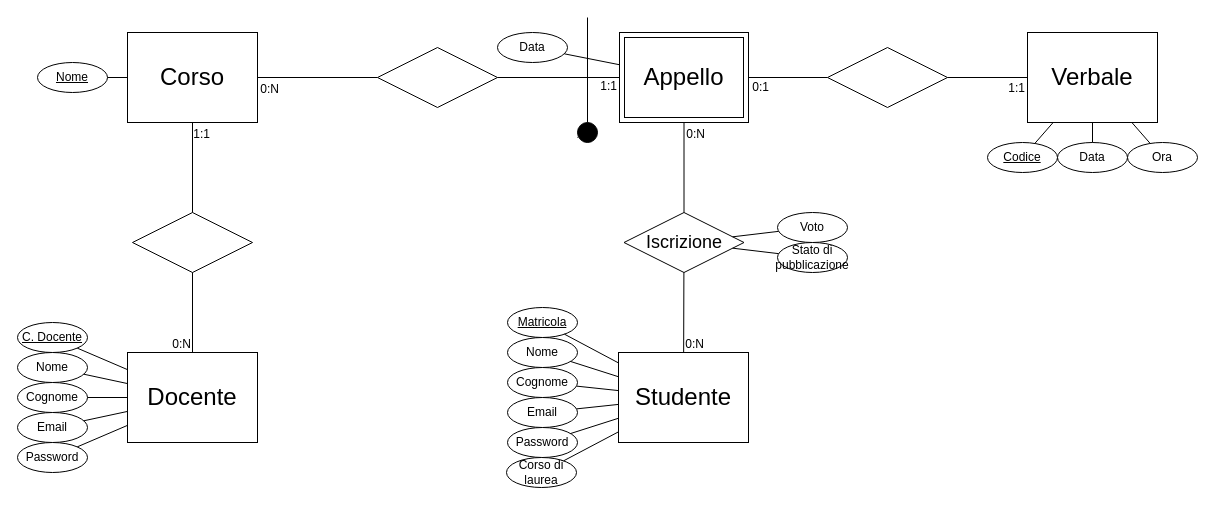
The draw.io diagram Diagramma entità relazione.drawio in StefanoBernardotto/TIW-polimi_24-25, before the edit. Source tidied: cells renumbered, new cells numbered last; positions are measured from the earlier drawing's top-left corner, leaving out a move shared by most shapes. Both pictures are drawn from the tidied source at 100%, with x=0, y=0 at pixel (17, 17).
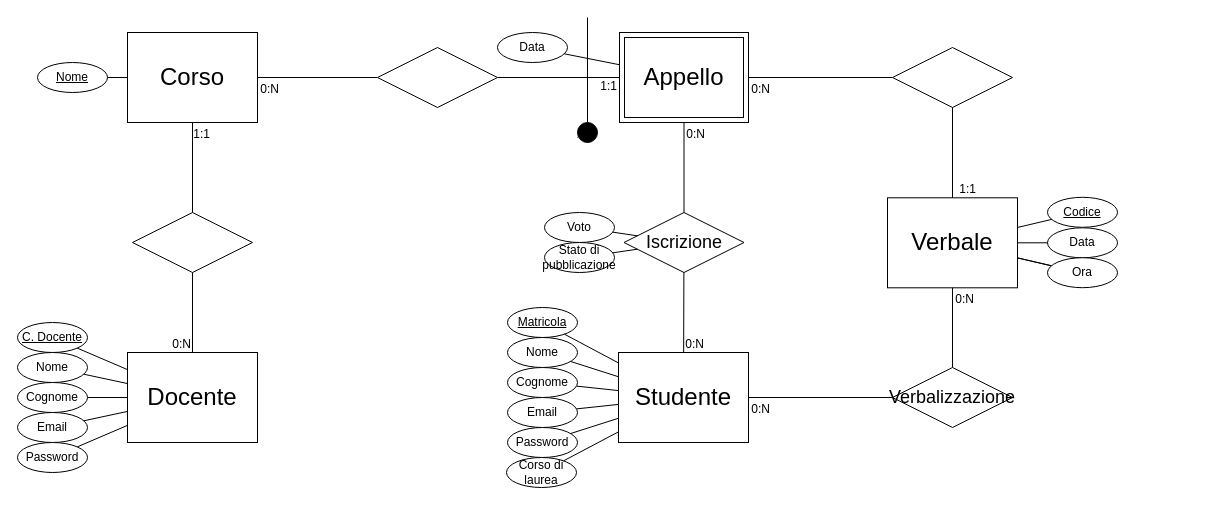
Above is the later version.

Commit message (it also covers changes not shown here):
rivisto e terminato lo schema del db, popolato il db

Unchanged cells that the change refers to:
```xml
<mxCell id="28" value="&lt;font style=&quot;font-size: 24px;&quot;&gt;Appello&lt;/font&gt;" style="shape=ext;margin=3;double=1;whiteSpace=wrap;html=1;align=center;" parent="1" vertex="1">
  <mxGeometry x="602" y="15" width="129" height="90" as="geometry" />
</mxCell>
<mxCell id="39" value="&lt;font style=&quot;font-size: 24px;&quot;&gt;Studente&lt;/font&gt;" style="whiteSpace=wrap;html=1;align=center;" parent="1" vertex="1">
  <mxGeometry x="601" y="335" width="130" height="90" as="geometry" />
</mxCell>
```

Change to the diagram source:
```diff
@@
     <mxCell id="35" value="Voto" style="ellipse;whiteSpace=wrap;html=1;align=center;" parent="1" vertex="1">
-      <mxGeometry x="760" y="195" width="70" height="30" as="geometry" />
+      <mxGeometry x="527" y="195" width="70" height="30" as="geometry" />
     </mxCell>
     <mxCell id="36" value="Stato di pubblicazione" style="ellipse;whiteSpace=wrap;html=1;align=center;" parent="1" vertex="1">
-      <mxGeometry x="760" y="225" width="70" height="30" as="geometry" />
+      <mxGeometry x="527" y="225" width="70" height="30" as="geometry" />
     </mxCell>
@@
     <mxCell id="54" value="&lt;font style=&quot;font-size: 24px;&quot;&gt;Verbale&lt;/font&gt;" style="whiteSpace=wrap;html=1;align=center;" parent="1" vertex="1">
-      <mxGeometry x="1010" y="15" width="130" height="90" as="geometry" />
+      <mxGeometry x="870" y="180.3" width="130" height="90" as="geometry" />
     </mxCell>
     <mxCell id="55" value="Data" style="ellipse;whiteSpace=wrap;html=1;align=center;" parent="1" vertex="1">
-      <mxGeometry x="1040" y="125" width="70" height="30" as="geometry" />
+      <mxGeometry x="1030" y="210.3" width="70" height="30" as="geometry" />
     </mxCell>
-    <mxCell id="56" value="Ora" style="ellipse;whiteSpace=wrap;html=1;align=center;" parent="1" vertex="1">
-      <mxGeometry x="1110" y="125" width="70" height="30" as="geometry" />
-    </mxCell>
     <mxCell id="57" value="Codice" style="ellipse;whiteSpace=wrap;html=1;align=center;fontStyle=4;" parent="1" vertex="1">
-      <mxGeometry x="970" y="125" width="70" height="30" as="geometry" />
+      <mxGeometry x="1030" y="179.8" width="70" height="30" as="geometry" />
     </mxCell>
@@
-    <mxCell id="61" style="shape=rhombus;perimeter=rhombusPerimeter;whiteSpace=wrap;html=1;align=center;" parent="1" vertex="1">
-      <mxGeometry x="810" y="30" width="120" height="60" as="geometry" />
-    </mxCell>
-    <mxCell id="62" style="endArrow=none;html=1;rounded=0;" parent="1" edge="1" source="61" target="28">
-      <mxGeometry relative="1" as="geometry" />
-    </mxCell>
-    <mxCell id="63" value="0:1" style="html=1;whiteSpace=wrap;align=right;verticalAlign=bottom;" parent="62" vertex="1">
-      <mxGeometry x="1" relative="1" as="geometry">
-        <mxPoint x="22" y="18" as="offset" />
-      </mxGeometry>
-    </mxCell>
-    <mxCell id="64" style="endArrow=none;html=1;rounded=0;" parent="1" edge="1" source="61" target="54">
-      <mxGeometry relative="1" as="geometry" />
-    </mxCell>
+    <mxCell id="66" style="shape=rhombus;perimeter=rhombusPerimeter;whiteSpace=wrap;html=1;align=center;" parent="1" vertex="1">
+      <mxGeometry x="875" y="30" width="120" height="60" as="geometry" />
+    </mxCell>
+    <mxCell id="67" style="endArrow=none;html=1;rounded=0;" parent="1" edge="1" source="54" target="56">
+      <mxGeometry relative="1" as="geometry" />
+    </mxCell>
+    <mxCell id="56" value="Ora" style="ellipse;whiteSpace=wrap;html=1;align=center;" parent="1" vertex="1">
+      <mxGeometry x="1030" y="240.2" width="70" height="30" as="geometry" />
+    </mxCell>
+    <mxCell id="68" style="endArrow=none;html=1;rounded=0;" parent="1" edge="1" source="66" target="28">
+      <mxGeometry relative="1" as="geometry" />
+    </mxCell>
+    <mxCell id="69" value="0:N" style="html=1;whiteSpace=wrap;align=right;verticalAlign=bottom;" parent="68" vertex="1">
+      <mxGeometry x="1" relative="1" as="geometry">
+        <mxPoint x="23" y="20" as="offset" />
+      </mxGeometry>
+    </mxCell>
+    <mxCell id="70" style="endArrow=none;html=1;rounded=0;" parent="1" edge="1" source="66" target="54">
+      <mxGeometry relative="1" as="geometry" />
+    </mxCell>
-    <mxCell id="65" value="1:1" style="html=1;whiteSpace=wrap;align=right;verticalAlign=bottom;" parent="64" vertex="1">
+    <mxCell id="65" value="1:1" style="html=1;whiteSpace=wrap;align=right;verticalAlign=bottom;" parent="70" vertex="1">
       <mxGeometry x="1" relative="1" as="geometry">
-        <mxPoint x="-1" y="19" as="offset" />
+        <mxPoint x="25" as="offset" />
       </mxGeometry>
     </mxCell>
+    <mxCell id="71" value="&lt;font style=&quot;font-size: 18px;&quot;&gt;Verbalizzazione&lt;/font&gt;" style="shape=rhombus;perimeter=rhombusPerimeter;whiteSpace=wrap;html=1;align=center;" parent="1" vertex="1">
+      <mxGeometry x="875" y="350" width="120" height="60" as="geometry" />
+    </mxCell>
+    <mxCell id="72" style="endArrow=none;html=1;rounded=0;" parent="1" edge="1" source="71" target="39">
+      <mxGeometry relative="1" as="geometry" />
+    </mxCell>
+    <mxCell id="73" value="0:N" style="html=1;whiteSpace=wrap;align=right;verticalAlign=bottom;" parent="72" vertex="1">
+      <mxGeometry x="1" relative="1" as="geometry">
+        <mxPoint x="23" y="20" as="offset" />
+      </mxGeometry>
+    </mxCell>
+    <mxCell id="74" style="endArrow=none;html=1;rounded=0;" parent="1" edge="1" source="71" target="54">
+      <mxGeometry relative="1" as="geometry" />
+    </mxCell>
+    <mxCell id="75" value="0:N" style="html=1;whiteSpace=wrap;align=right;verticalAlign=bottom;" parent="74" vertex="1">
+      <mxGeometry x="1" relative="1" as="geometry">
+        <mxPoint x="23" y="20" as="offset" />
+      </mxGeometry>
+    </mxCell>
```
